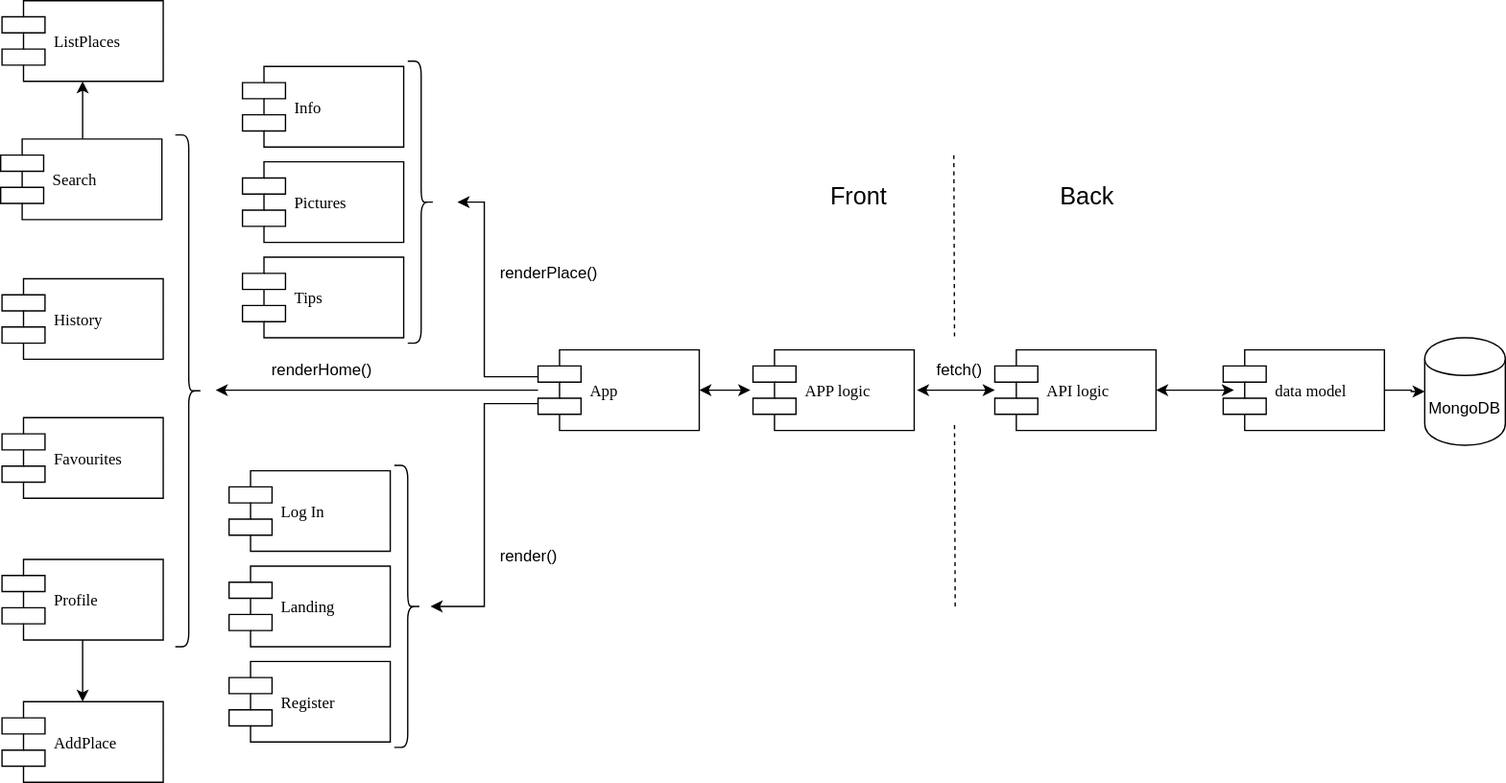
This is staff/ana-sanjuan/skysquare/skysquare-docs/images/component-diagram.svg from anasanjuan/skylab-bootcamp-201809, a draw.io export, as it was before one commit. Source tidied: cells renumbered, new cells last; positions are measured from the earlier drawing's top-left corner, leaving out a move shared by most shapes. The source it was exported from:
```xml
<mxGraphModel background="#ffffff">
  <root>
    <mxCell id="0" />
    <mxCell id="1" parent="0" />
    <mxCell id="2" style="edgeStyle=orthogonalEdgeStyle;rounded=0;html=1;jettySize=auto;" parent="1" edge="1" source="4">
      <mxGeometry relative="1" as="geometry">
        <mxPoint x="160" y="290" as="targetPoint" />
      </mxGeometry>
    </mxCell>
    <mxCell id="3" style="edgeStyle=orthogonalEdgeStyle;rounded=0;html=1;jettySize=auto;" parent="1" edge="1" source="4">
      <mxGeometry relative="1" as="geometry">
        <mxPoint x="340" y="150" as="targetPoint" />
        <Array as="points">
          <mxPoint x="360" y="280" />
          <mxPoint x="360" y="150" />
        </Array>
      </mxGeometry>
    </mxCell>
    <mxCell id="4" value="App" style="shape=component;align=left;spacingLeft=36;rounded=0;shadow=0;comic=0;labelBackgroundColor=none;strokeColor=#000000;strokeWidth=1;fillColor=#ffffff;fontFamily=Verdana;fontSize=12;fontColor=#000000;html=1;" parent="1" vertex="1">
      <mxGeometry x="400" y="260" width="120" height="60" as="geometry" />
    </mxCell>
    <mxCell id="5" value="APP logic" style="shape=component;align=left;spacingLeft=36;rounded=0;shadow=0;comic=0;labelBackgroundColor=none;strokeColor=#000000;strokeWidth=1;fillColor=#ffffff;fontFamily=Verdana;fontSize=12;fontColor=#000000;html=1;" parent="1" vertex="1">
      <mxGeometry x="560" y="260" width="120" height="60" as="geometry" />
    </mxCell>
    <mxCell id="6" value="API logic" style="shape=component;align=left;spacingLeft=36;rounded=0;shadow=0;comic=0;labelBackgroundColor=none;strokeColor=#000000;strokeWidth=1;fillColor=#ffffff;fontFamily=Verdana;fontSize=12;fontColor=#000000;html=1;" parent="1" vertex="1">
      <mxGeometry x="740" y="260" width="120" height="60" as="geometry" />
    </mxCell>
    <mxCell id="7" style="edgeStyle=orthogonalEdgeStyle;rounded=0;html=1;jettySize=auto;" parent="1" edge="1" source="8" target="38">
      <mxGeometry relative="1" as="geometry" />
    </mxCell>
    <mxCell id="8" value="data model" style="shape=component;align=left;spacingLeft=36;rounded=0;shadow=0;comic=0;labelBackgroundColor=none;strokeColor=#000000;strokeWidth=1;fillColor=#ffffff;fontFamily=Verdana;fontSize=12;fontColor=#000000;html=1;" parent="1" vertex="1">
      <mxGeometry x="910" y="260" width="120" height="60" as="geometry" />
    </mxCell>
    <mxCell id="9" value="renderHome()" style="text;html=1;align=left;verticalAlign=top;spacingTop=-4;" parent="1" vertex="1">
      <mxGeometry x="200" y="265" width="90" height="20" as="geometry" />
    </mxCell>
    <mxCell id="10" value="Landing" style="shape=component;align=left;spacingLeft=36;rounded=0;shadow=0;comic=0;labelBackgroundColor=none;strokeColor=#000000;strokeWidth=1;fillColor=#ffffff;fontFamily=Verdana;fontSize=12;fontColor=#000000;html=1;" parent="1" vertex="1">
      <mxGeometry x="170" y="421" width="120" height="60" as="geometry" />
    </mxCell>
    <mxCell id="11" value="fetch()" style="text;html=1;align=left;verticalAlign=top;spacingTop=-4;" parent="1" vertex="1">
      <mxGeometry x="695" y="265" width="50" height="20" as="geometry" />
    </mxCell>
    <mxCell id="12" style="endArrow=classic;startArrow=classic;html=1;exitX=1;exitY=0.5;" parent="1" edge="1" source="4">
      <mxGeometry relative="1" as="geometry">
        <mxPoint x="558" y="290" as="targetPoint" />
      </mxGeometry>
    </mxCell>
    <mxCell id="13" style="endArrow=classic;startArrow=classic;html=1;exitX=1;exitY=0.5;" parent="1" edge="1">
      <mxGeometry relative="1" as="geometry">
        <mxPoint x="682" y="290" as="sourcePoint" />
        <mxPoint x="740" y="290" as="targetPoint" />
      </mxGeometry>
    </mxCell>
    <mxCell id="14" style="endArrow=classic;startArrow=classic;html=1;exitX=1;exitY=0.5;" parent="1" edge="1">
      <mxGeometry relative="1" as="geometry">
        <mxPoint x="860" y="290" as="sourcePoint" />
        <mxPoint x="918" y="290" as="targetPoint" />
      </mxGeometry>
    </mxCell>
    <mxCell id="15" style="edgeStyle=orthogonalEdgeStyle;rounded=0;html=1;jettySize=auto;orthogonalLoop=1;" parent="1" edge="1">
      <mxGeometry relative="1" as="geometry">
        <mxPoint x="400" y="300" as="sourcePoint" />
        <mxPoint x="320" y="451" as="targetPoint" />
        <Array as="points">
          <mxPoint x="360" y="300" />
          <mxPoint x="360" y="451" />
        </Array>
      </mxGeometry>
    </mxCell>
    <mxCell id="16" value="Log In" style="shape=component;align=left;spacingLeft=36;rounded=0;shadow=0;comic=0;labelBackgroundColor=none;strokeColor=#000000;strokeWidth=1;fillColor=#ffffff;fontFamily=Verdana;fontSize=12;fontColor=#000000;html=1;" parent="1" vertex="1">
      <mxGeometry x="170" y="350" width="120" height="60" as="geometry" />
    </mxCell>
    <mxCell id="17" value="Register" style="shape=component;align=left;spacingLeft=36;rounded=0;shadow=0;comic=0;labelBackgroundColor=none;strokeColor=#000000;strokeWidth=1;fillColor=#ffffff;fontFamily=Verdana;fontSize=12;fontColor=#000000;html=1;" parent="1" vertex="1">
      <mxGeometry x="170" y="492" width="120" height="60" as="geometry" />
    </mxCell>
    <mxCell id="18" style="shape=curlyBracket;whiteSpace=wrap;html=1;rounded=1;direction=west;" parent="1" vertex="1">
      <mxGeometry x="293" y="346" width="20" height="210" as="geometry" />
    </mxCell>
    <mxCell id="19" value="render()" style="text;html=1;align=left;verticalAlign=top;spacingTop=-4;" parent="1" vertex="1">
      <mxGeometry x="370" y="404" width="60" height="20" as="geometry" />
    </mxCell>
    <mxCell id="20" style="edgeStyle=orthogonalEdgeStyle;rounded=0;html=1;jettySize=auto;" parent="1" edge="1" source="21" target="22">
      <mxGeometry relative="1" as="geometry">
        <Array as="points">
          <mxPoint x="61" y="90" />
          <mxPoint x="61" y="90" />
        </Array>
      </mxGeometry>
    </mxCell>
    <mxCell id="21" value="Search" style="shape=component;align=left;spacingLeft=36;rounded=0;shadow=0;comic=0;labelBackgroundColor=none;strokeColor=#000000;strokeWidth=1;fillColor=#ffffff;fontFamily=Verdana;fontSize=12;fontColor=#000000;html=1;" parent="1" vertex="1">
      <mxGeometry y="103" width="120" height="60" as="geometry" />
    </mxCell>
    <mxCell id="22" value="ListPlaces" style="shape=component;align=left;spacingLeft=36;rounded=0;shadow=0;comic=0;labelBackgroundColor=none;strokeColor=#000000;strokeWidth=1;fillColor=#ffffff;fontFamily=Verdana;fontSize=12;fontColor=#000000;html=1;" parent="1" vertex="1">
      <mxGeometry x="1" width="120" height="60" as="geometry" />
    </mxCell>
    <mxCell id="23" value="History" style="shape=component;align=left;spacingLeft=36;rounded=0;shadow=0;comic=0;labelBackgroundColor=none;strokeColor=#000000;strokeWidth=1;fillColor=#ffffff;fontFamily=Verdana;fontSize=12;fontColor=#000000;html=1;" parent="1" vertex="1">
      <mxGeometry x="1" y="207" width="120" height="60" as="geometry" />
    </mxCell>
    <mxCell id="24" value="Favourites" style="shape=component;align=left;spacingLeft=36;rounded=0;shadow=0;comic=0;labelBackgroundColor=none;strokeColor=#000000;strokeWidth=1;fillColor=#ffffff;fontFamily=Verdana;fontSize=12;fontColor=#000000;html=1;" parent="1" vertex="1">
      <mxGeometry x="1" y="310.5" width="120" height="60" as="geometry" />
    </mxCell>
    <mxCell id="25" style="edgeStyle=orthogonalEdgeStyle;rounded=0;html=1;jettySize=auto;" parent="1" edge="1" source="26" target="27">
      <mxGeometry relative="1" as="geometry" />
    </mxCell>
    <mxCell id="26" value="Profile" style="shape=component;align=left;spacingLeft=36;rounded=0;shadow=0;comic=0;labelBackgroundColor=none;strokeColor=#000000;strokeWidth=1;fillColor=#ffffff;fontFamily=Verdana;fontSize=12;fontColor=#000000;html=1;" parent="1" vertex="1">
      <mxGeometry x="1" y="416" width="120" height="60" as="geometry" />
    </mxCell>
    <mxCell id="27" value="AddPlace" style="shape=component;align=left;spacingLeft=36;rounded=0;shadow=0;comic=0;labelBackgroundColor=none;strokeColor=#000000;strokeWidth=1;fillColor=#ffffff;fontFamily=Verdana;fontSize=12;fontColor=#000000;html=1;" parent="1" vertex="1">
      <mxGeometry x="1" y="522" width="120" height="60" as="geometry" />
    </mxCell>
    <mxCell id="28" style="shape=curlyBracket;whiteSpace=wrap;html=1;rounded=1;direction=west;" parent="1" vertex="1">
      <mxGeometry x="130" y="100" width="20" height="381" as="geometry" />
    </mxCell>
    <mxCell id="29" value="renderPlace()" style="text;html=1;align=left;verticalAlign=top;spacingTop=-4;" parent="1" vertex="1">
      <mxGeometry x="370" y="193" width="90" height="20" as="geometry" />
    </mxCell>
    <mxCell id="30" value="Pictures" style="shape=component;align=left;spacingLeft=36;rounded=0;shadow=0;comic=0;labelBackgroundColor=none;strokeColor=#000000;strokeWidth=1;fillColor=#ffffff;fontFamily=Verdana;fontSize=12;fontColor=#000000;html=1;" parent="1" vertex="1">
      <mxGeometry x="180" y="120" width="120" height="60" as="geometry" />
    </mxCell>
    <mxCell id="31" value="Info" style="shape=component;align=left;spacingLeft=36;rounded=0;shadow=0;comic=0;labelBackgroundColor=none;strokeColor=#000000;strokeWidth=1;fillColor=#ffffff;fontFamily=Verdana;fontSize=12;fontColor=#000000;html=1;" parent="1" vertex="1">
      <mxGeometry x="180" y="49" width="120" height="60" as="geometry" />
    </mxCell>
    <mxCell id="32" value="Tips" style="shape=component;align=left;spacingLeft=36;rounded=0;shadow=0;comic=0;labelBackgroundColor=none;strokeColor=#000000;strokeWidth=1;fillColor=#ffffff;fontFamily=Verdana;fontSize=12;fontColor=#000000;html=1;" parent="1" vertex="1">
      <mxGeometry x="180" y="191" width="120" height="60" as="geometry" />
    </mxCell>
    <mxCell id="33" style="shape=curlyBracket;whiteSpace=wrap;html=1;rounded=1;direction=west;" parent="1" vertex="1">
      <mxGeometry x="303" y="45" width="20" height="210" as="geometry" />
    </mxCell>
    <mxCell id="34" style="endArrow=none;dashed=1;html=1;" parent="1" edge="1">
      <mxGeometry relative="1" as="geometry">
        <mxPoint x="710" y="250" as="sourcePoint" />
        <mxPoint x="709.5" y="115" as="targetPoint" />
      </mxGeometry>
    </mxCell>
    <mxCell id="35" style="endArrow=none;dashed=1;html=1;" parent="1" edge="1">
      <mxGeometry relative="1" as="geometry">
        <mxPoint x="710.5" y="451" as="sourcePoint" />
        <mxPoint x="710" y="316" as="targetPoint" />
      </mxGeometry>
    </mxCell>
    <mxCell id="36" value="&lt;font style=&quot;font-size: 18px&quot;&gt;Back&lt;/font&gt;" style="text;html=1;align=left;verticalAlign=top;spacingTop=-4;" parent="1" vertex="1">
      <mxGeometry x="787" y="133" width="60" height="20" as="geometry" />
    </mxCell>
    <mxCell id="37" value="&lt;font style=&quot;font-size: 18px&quot;&gt;Front&lt;/font&gt;" style="text;html=1;align=left;verticalAlign=top;spacingTop=-4;" parent="1" vertex="1">
      <mxGeometry x="616" y="133" width="60" height="20" as="geometry" />
    </mxCell>
    <mxCell id="38" value="MongoDB" style="shape=cylinder;whiteSpace=wrap;html=1;boundedLbl=1;backgroundOutline=1;" parent="1" vertex="1">
      <mxGeometry x="1060" y="251" width="60" height="80" as="geometry" />
    </mxCell>
  </root>
</mxGraphModel>
```
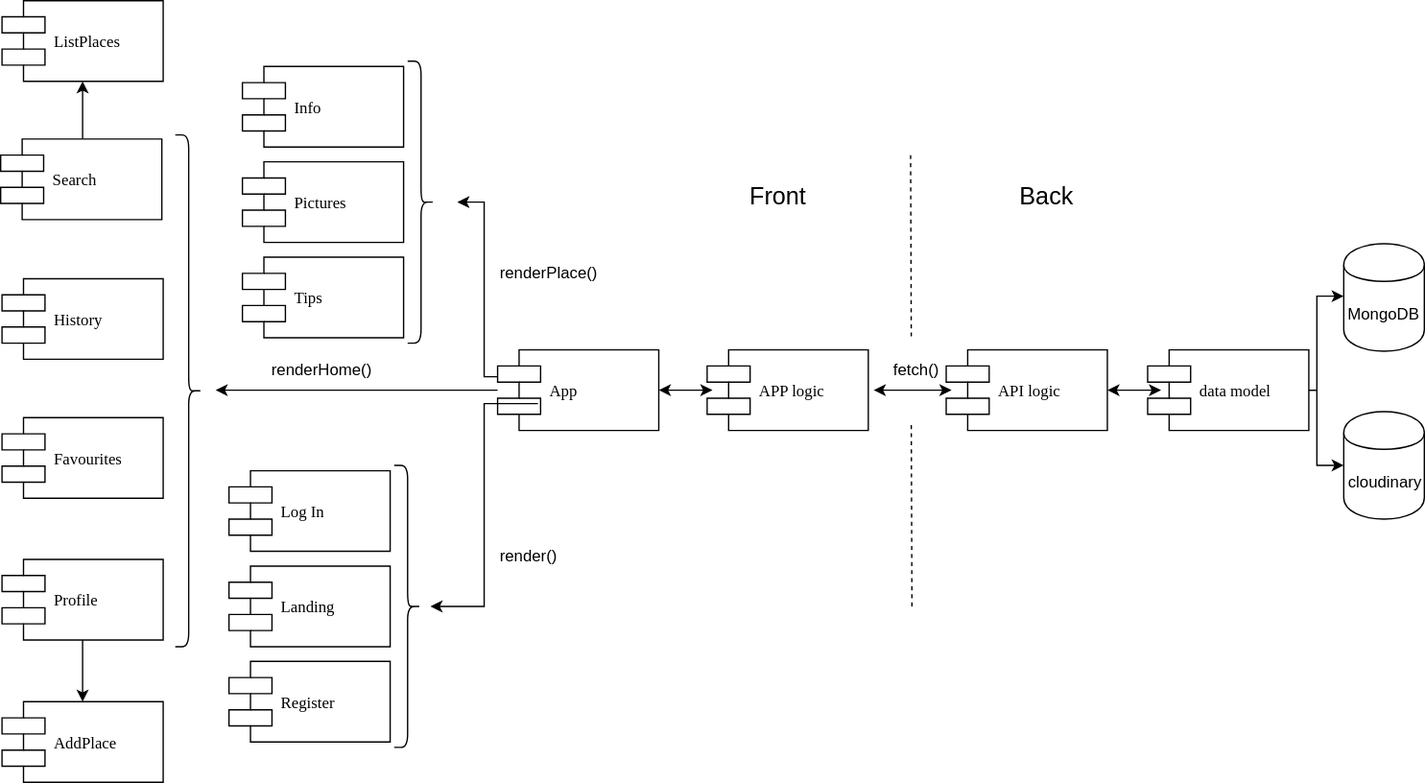
Later version of the same file.

Diff of the diagram source:
```diff
@@ -17,19 +17,24 @@
       </mxGeometry>
     </mxCell>
     <mxCell id="4" value="App" style="shape=component;align=left;spacingLeft=36;rounded=0;shadow=0;comic=0;labelBackgroundColor=none;strokeColor=#000000;strokeWidth=1;fillColor=#ffffff;fontFamily=Verdana;fontSize=12;fontColor=#000000;html=1;" parent="1" vertex="1">
-      <mxGeometry x="400" y="260" width="120" height="60" as="geometry" />
+      <mxGeometry x="370" y="260" width="120" height="60" as="geometry" />
     </mxCell>
     <mxCell id="5" value="APP logic" style="shape=component;align=left;spacingLeft=36;rounded=0;shadow=0;comic=0;labelBackgroundColor=none;strokeColor=#000000;strokeWidth=1;fillColor=#ffffff;fontFamily=Verdana;fontSize=12;fontColor=#000000;html=1;" parent="1" vertex="1">
-      <mxGeometry x="560" y="260" width="120" height="60" as="geometry" />
+      <mxGeometry x="526" y="260" width="120" height="60" as="geometry" />
     </mxCell>
     <mxCell id="6" value="API logic" style="shape=component;align=left;spacingLeft=36;rounded=0;shadow=0;comic=0;labelBackgroundColor=none;strokeColor=#000000;strokeWidth=1;fillColor=#ffffff;fontFamily=Verdana;fontSize=12;fontColor=#000000;html=1;" parent="1" vertex="1">
-      <mxGeometry x="740" y="260" width="120" height="60" as="geometry" />
+      <mxGeometry x="704" y="260" width="120" height="60" as="geometry" />
     </mxCell>
     <mxCell id="7" style="edgeStyle=orthogonalEdgeStyle;rounded=0;html=1;jettySize=auto;" parent="1" edge="1" source="8" target="38">
-      <mxGeometry relative="1" as="geometry" />
+      <mxGeometry relative="1" as="geometry">
+        <Array as="points">
+          <mxPoint x="980" y="290" />
+          <mxPoint x="980" y="220" />
+        </Array>
+      </mxGeometry>
     </mxCell>
     <mxCell id="8" value="data model" style="shape=component;align=left;spacingLeft=36;rounded=0;shadow=0;comic=0;labelBackgroundColor=none;strokeColor=#000000;strokeWidth=1;fillColor=#ffffff;fontFamily=Verdana;fontSize=12;fontColor=#000000;html=1;" parent="1" vertex="1">
-      <mxGeometry x="910" y="260" width="120" height="60" as="geometry" />
+      <mxGeometry x="854" y="260" width="120" height="60" as="geometry" />
     </mxCell>
     <mxCell id="9" value="renderHome()" style="text;html=1;align=left;verticalAlign=top;spacingTop=-4;" parent="1" vertex="1">
       <mxGeometry x="200" y="265" width="90" height="20" as="geometry" />
@@ -38,23 +43,23 @@
       <mxGeometry x="170" y="421" width="120" height="60" as="geometry" />
     </mxCell>
     <mxCell id="11" value="fetch()" style="text;html=1;align=left;verticalAlign=top;spacingTop=-4;" parent="1" vertex="1">
-      <mxGeometry x="695" y="265" width="50" height="20" as="geometry" />
+      <mxGeometry x="663" y="265" width="50" height="20" as="geometry" />
     </mxCell>
     <mxCell id="12" style="endArrow=classic;startArrow=classic;html=1;exitX=1;exitY=0.5;" parent="1" edge="1" source="4">
       <mxGeometry relative="1" as="geometry">
-        <mxPoint x="558" y="290" as="targetPoint" />
+        <mxPoint x="530" y="290" as="targetPoint" />
       </mxGeometry>
     </mxCell>
     <mxCell id="13" style="endArrow=classic;startArrow=classic;html=1;exitX=1;exitY=0.5;" parent="1" edge="1">
       <mxGeometry relative="1" as="geometry">
-        <mxPoint x="682" y="290" as="sourcePoint" />
-        <mxPoint x="740" y="290" as="targetPoint" />
+        <mxPoint x="650" y="290" as="sourcePoint" />
+        <mxPoint x="708" y="290" as="targetPoint" />
       </mxGeometry>
     </mxCell>
     <mxCell id="14" style="endArrow=classic;startArrow=classic;html=1;exitX=1;exitY=0.5;" parent="1" edge="1">
       <mxGeometry relative="1" as="geometry">
-        <mxPoint x="860" y="290" as="sourcePoint" />
-        <mxPoint x="918" y="290" as="targetPoint" />
+        <mxPoint x="824" y="290" as="sourcePoint" />
+        <mxPoint x="864" y="290" as="targetPoint" />
       </mxGeometry>
     </mxCell>
     <mxCell id="15" style="edgeStyle=orthogonalEdgeStyle;rounded=0;html=1;jettySize=auto;orthogonalLoop=1;" parent="1" edge="1">
@@ -128,24 +133,35 @@
     </mxCell>
     <mxCell id="34" style="endArrow=none;dashed=1;html=1;" parent="1" edge="1">
       <mxGeometry relative="1" as="geometry">
-        <mxPoint x="710" y="250" as="sourcePoint" />
-        <mxPoint x="709.5" y="115" as="targetPoint" />
+        <mxPoint x="678" y="250" as="sourcePoint" />
+        <mxPoint x="677.5" y="115" as="targetPoint" />
       </mxGeometry>
     </mxCell>
     <mxCell id="35" style="endArrow=none;dashed=1;html=1;" parent="1" edge="1">
       <mxGeometry relative="1" as="geometry">
-        <mxPoint x="710.5" y="451" as="sourcePoint" />
-        <mxPoint x="710" y="316" as="targetPoint" />
+        <mxPoint x="678.5" y="451" as="sourcePoint" />
+        <mxPoint x="678" y="316" as="targetPoint" />
       </mxGeometry>
     </mxCell>
     <mxCell id="36" value="&lt;font style=&quot;font-size: 18px&quot;&gt;Back&lt;/font&gt;" style="text;html=1;align=left;verticalAlign=top;spacingTop=-4;" parent="1" vertex="1">
-      <mxGeometry x="787" y="133" width="60" height="20" as="geometry" />
+      <mxGeometry x="757" y="133" width="60" height="20" as="geometry" />
     </mxCell>
     <mxCell id="37" value="&lt;font style=&quot;font-size: 18px&quot;&gt;Front&lt;/font&gt;" style="text;html=1;align=left;verticalAlign=top;spacingTop=-4;" parent="1" vertex="1">
-      <mxGeometry x="616" y="133" width="60" height="20" as="geometry" />
+      <mxGeometry x="556" y="133" width="60" height="20" as="geometry" />
     </mxCell>
     <mxCell id="38" value="MongoDB" style="shape=cylinder;whiteSpace=wrap;html=1;boundedLbl=1;backgroundOutline=1;" parent="1" vertex="1">
-      <mxGeometry x="1060" y="251" width="60" height="80" as="geometry" />
+      <mxGeometry x="1000" y="181" width="60" height="80" as="geometry" />
     </mxCell>
+    <mxCell id="39" value="cloudinary" style="shape=cylinder;whiteSpace=wrap;html=1;boundedLbl=1;backgroundOutline=1;" parent="1" vertex="1">
+      <mxGeometry x="1000" y="306" width="60" height="80" as="geometry" />
+    </mxCell>
+    <mxCell id="40" style="edgeStyle=orthogonalEdgeStyle;rounded=0;html=1;jettySize=auto;" parent="1" edge="1" source="8" target="39">
+      <mxGeometry relative="1" as="geometry">
+        <Array as="points">
+          <mxPoint x="980" y="290" />
+          <mxPoint x="980" y="346" />
+        </Array>
+      </mxGeometry>
+    </mxCell>
   </root>
 </mxGraphModel>
```
